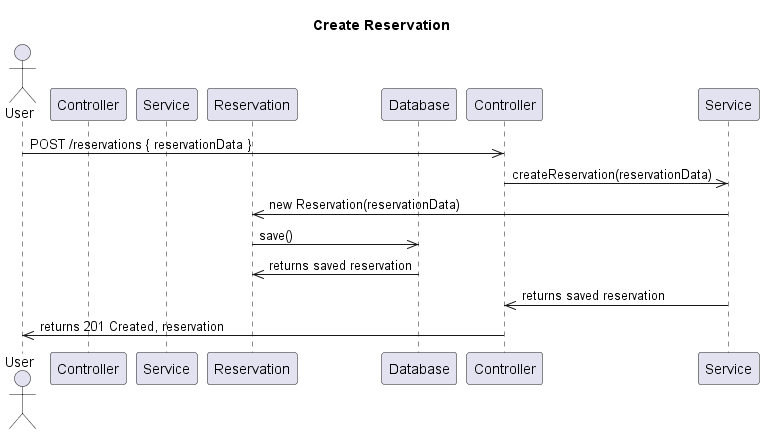
Above: uml/sequence/create/create.png in Qeerser/SWDP-Project (PlantUML), before the change. The source it was exported from:
```plantuml
@startuml
title Create Reservation

actor User
participant "Controller" as ReservationController
participant "Service" as ReservationService
participant "Reservation" as Reservation
participant "Database" as Database

User ->> Controller : POST /reservations { reservationData }
Controller ->> Service : createReservation(reservationData)
Service ->> Reservation : new Reservation(reservationData)
Reservation ->> Database : save()
Database ->> Reservation : returns saved reservation
Service ->> Controller : returns saved reservation
Controller ->> User : returns 201 Created, reservation
@enduml
```
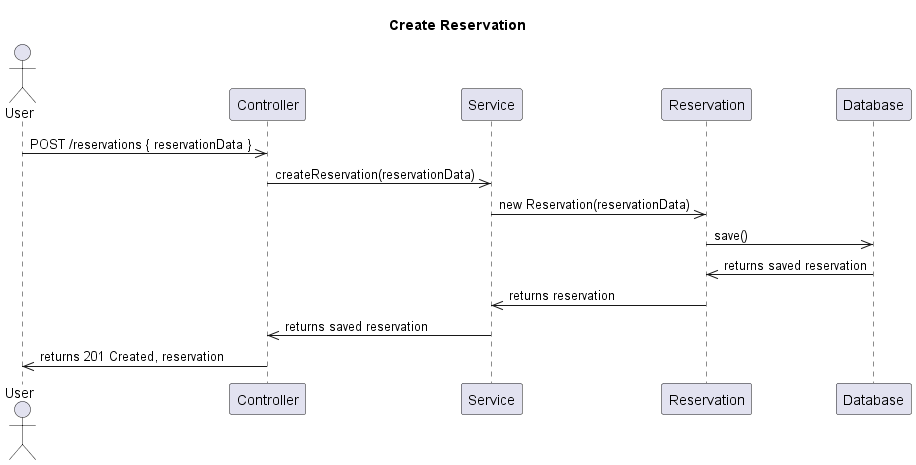
Above is the later version.

Change to the diagram source:
```diff
@@ -7,11 +7,12 @@
 participant "Reservation" as Reservation
 participant "Database" as Database
 
-User ->> Controller : POST /reservations { reservationData }
-Controller ->> Service : createReservation(reservationData)
-Service ->> Reservation : new Reservation(reservationData)
+User ->> ReservationController : POST /reservations { reservationData }
+ReservationController ->> ReservationService : createReservation(reservationData)
+ReservationService ->> Reservation : new Reservation(reservationData)
 Reservation ->> Database : save()
 Database ->> Reservation : returns saved reservation
-Service ->> Controller : returns saved reservation
-Controller ->> User : returns 201 Created, reservation
+Reservation ->> ReservationService : returns reservation
+ReservationService ->> ReservationController : returns saved reservation
+ReservationController ->> User : returns 201 Created, reservation
 @enduml
```
